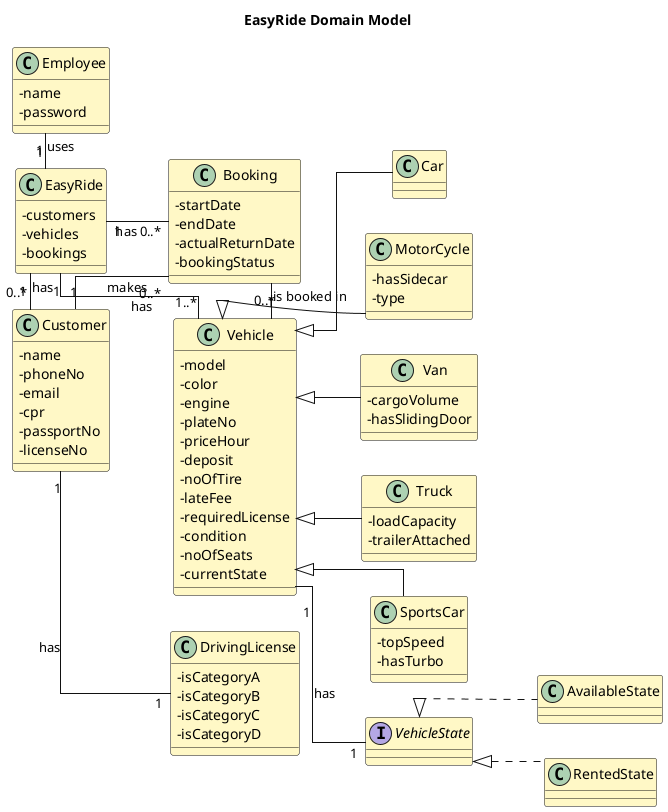
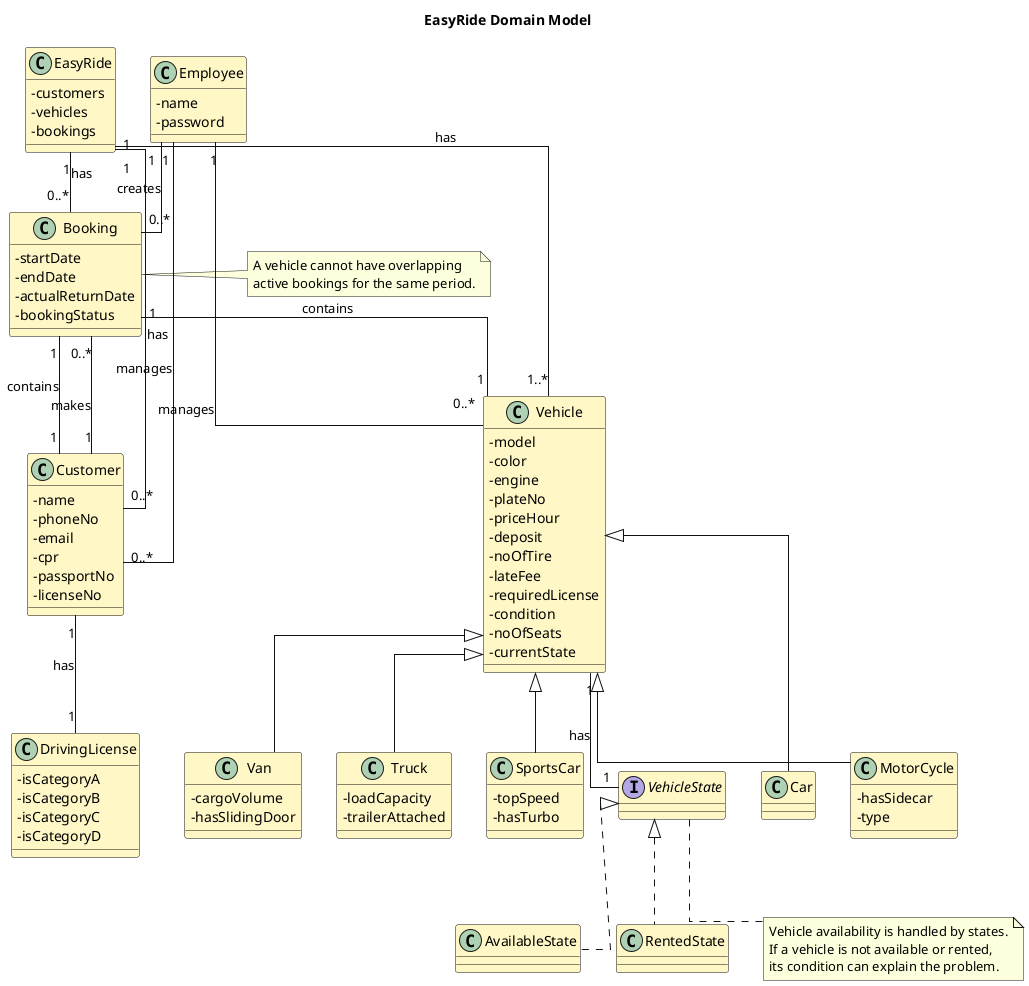
@startuml EasyRide_Domain_Model

title EasyRide Domain Model
- 
- left to right direction

skinparam classAttributeIconSize 0
skinparam shadowing false
skinparam linetype ortho
skinparam class {
  BackgroundColor #FFF8C6
  BorderColor #111111
  ArrowColor #111111
}

- class Employee {
-   - name
-   - password
- }
- 
class EasyRide {
  - customers
  - vehicles
  - bookings
+ }
+ 
+ class Employee {
+   - name
+   - password
}

class Customer {
  - name
  - phoneNo
  - email
  - cpr
  - passportNo
  - licenseNo
}

class DrivingLicense {
  - isCategoryA
  - isCategoryB
  - isCategoryC
  - isCategoryD
}

class Booking {
  - startDate
  - endDate
  - actualReturnDate
  - bookingStatus
}

class Vehicle {
  - model
  - color
  - engine
  - plateNo
  - priceHour
  - deposit
  - noOfTire
  - lateFee
  - requiredLicense
  - condition
  - noOfSeats
  - currentState
}

interface VehicleState

class AvailableState
class RentedState

class Car
class MotorCycle {
  - hasSidecar
  - type
}

class Van {
  - cargoVolume
  - hasSlidingDoor
}

class Truck {
  - loadCapacity
  - trailerAttached
}

class SportsCar {
  - topSpeed
  - hasTurbo
}

EasyRide "1" -- "0..*" Customer : has
EasyRide "1" -- "1..*" Vehicle : has
EasyRide "1" -- "0..*" Booking : has

- Employee "1" -- "1" EasyRide : uses
+ Employee "1" -- "0..*" Customer : manages
+ Employee "1" -- "0..*" Vehicle : manages
+ Employee "1" -- "0..*" Booking : creates

Customer "1" -- "0..*" Booking : makes
Customer "1" -- "1" DrivingLicense : has

- Vehicle "1" -- "0..*" Booking : is booked in
+ Booking "1" -- "1" Customer : contains
+ Booking "1" -- "1" Vehicle : contains

Vehicle "1" -- "1" VehicleState : has

VehicleState <|.. AvailableState
VehicleState <|.. RentedState

Vehicle <|-- Car
Vehicle <|-- MotorCycle
Vehicle <|-- Van
Vehicle <|-- Truck
Vehicle <|-- SportsCar

- Employee -[hidden]right- EasyRide
- EasyRide -[hidden]right- Customer
- Customer -[hidden]right- Booking
- Booking -[hidden]right- Vehicle
- Vehicle -[hidden]down- VehicleState
- Vehicle -[hidden]down- Car
- Car -[hidden]right- MotorCycle
- MotorCycle -[hidden]right- Van
- Van -[hidden]right- Truck
- Truck -[hidden]right- SportsCar
+ note right of Booking
+   A vehicle cannot have overlapping
+   active bookings for the same period.
+ end note
+ 
+ note bottom of VehicleState
+   Vehicle availability is handled by states.
+   If a vehicle is not available or rented,
+   its condition can explain the problem.
+ end note

@enduml
